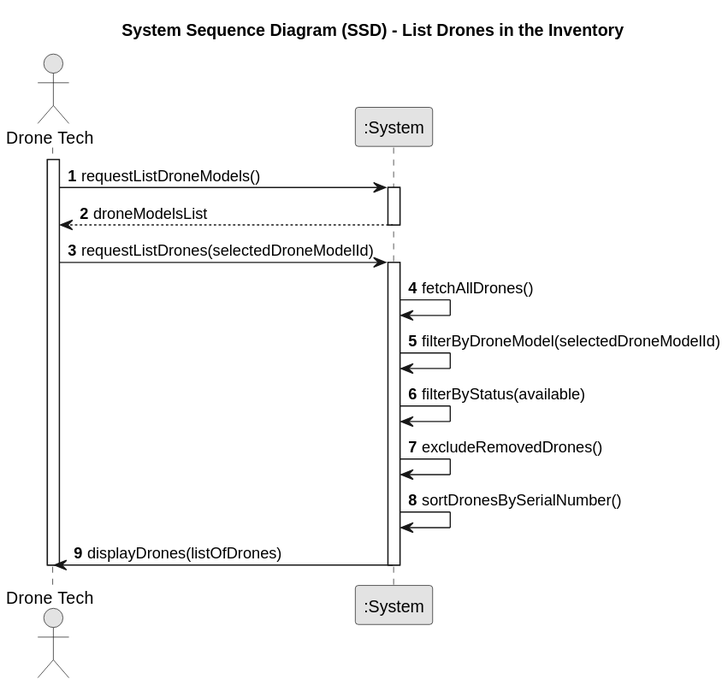
SAEmanuel/Shodrone_ISEP keeps this PlantUML diagram as docs/planning/sprint2/EAPLI/US243 - List Drones in the Inventory/01.requirements-engineering/svg/us243-system-sequence-diagram-System_Sequence_Diagram__SSD____Drone_Model_Creation.svg. Above is the earlier version.
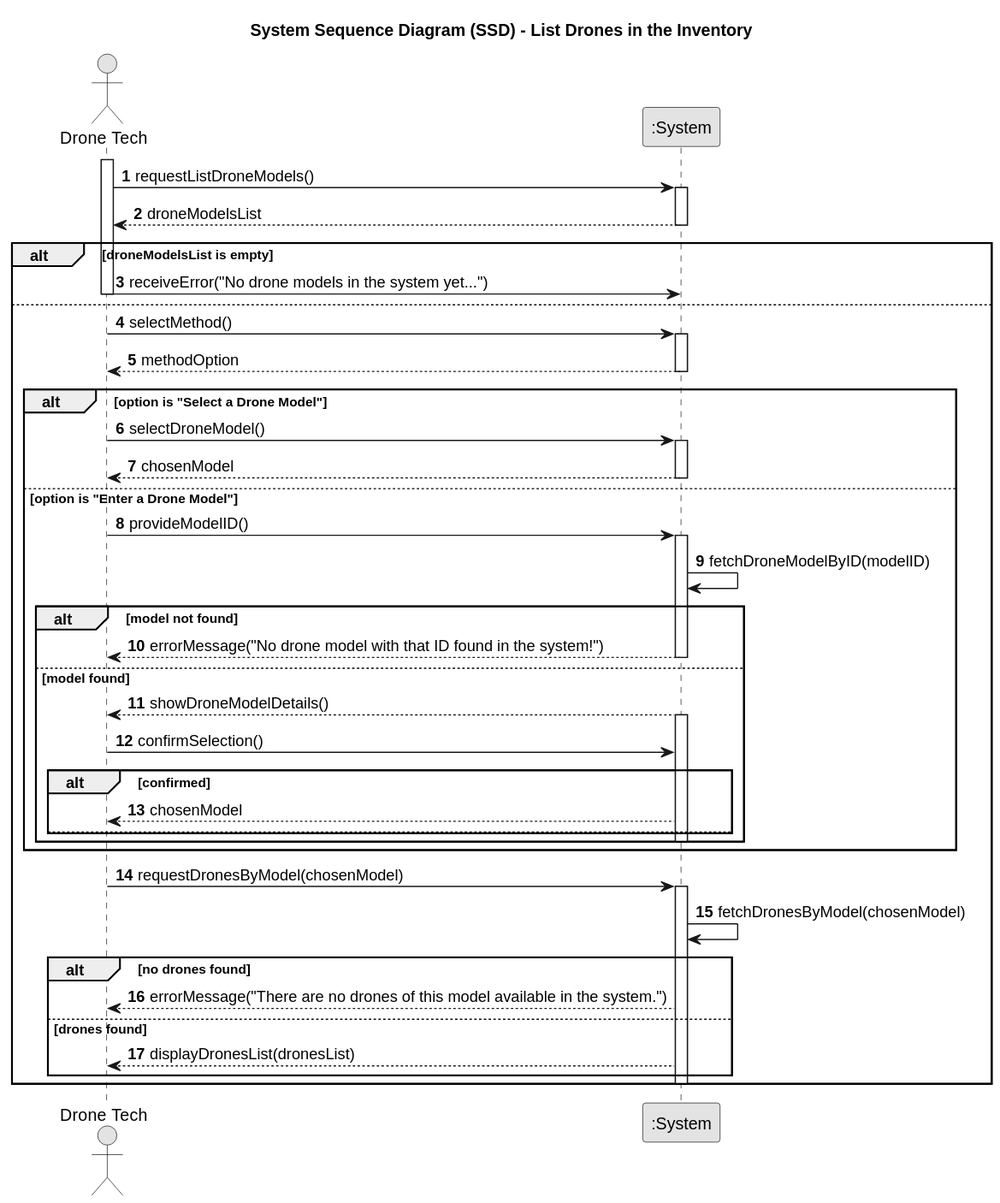
After the change.

Commit message:
[US243 - Requirement - Issue #1/#111#125] Requirement final version.

What changed in the source:
```diff
@@ -17,16 +17,53 @@
 System --> DT: droneModelsList
 deactivate System
 
-DT -> System: requestListDrones(selectedDroneModelId)
-activate System
+alt droneModelsList is empty
+    DT -> System: receiveError("No drone models in the system yet...")
+    deactivate System
+    deactivate DT
+else
+    DT -> System: selectMethod()
+    activate System
+    System --> DT: methodOption
+    deactivate System
 
-System -> System: fetchAllDrones()
-System -> System: filterByDroneModel(selectedDroneModelId)
-System -> System: filterByStatus(available)
-System -> System: excludeRemovedDrones()
-System -> System: sortDronesBySerialNumber()
-System -> DT: displayDrones(listOfDrones)
+    alt option is "Select a Drone Model"
+        DT -> System: selectDroneModel()
+        activate System
+        System --> DT: chosenModel
+        deactivate System
 
-deactivate System
+    else option is "Enter a Drone Model"
+        DT -> System: provideModelID()
+        activate System
+        System -> System: fetchDroneModelByID(modelID)
+        alt model not found
+            System --> DT: errorMessage("No drone model with that ID found in the system!")
+            deactivate System
+        else model found
+            System --> DT: showDroneModelDetails()
+            activate System
+            DT -> System: confirmSelection()
+            alt confirmed
+                System --> DT: chosenModel
+            else
+                note right : loops back to provideModelID
+            end
+            deactivate System
+        end
+        deactivate System
+    end
+
+    DT -> System: requestDronesByModel(chosenModel)
+    activate System
+    System -> System: fetchDronesByModel(chosenModel)
+    alt no drones found
+        System --> DT: errorMessage("There are no drones of this model available in the system.")
+    else drones found
+        System --> DT: displayDronesList(dronesList)
+    end
+    deactivate System
+end
+
 deactivate DT
 @enduml
```
